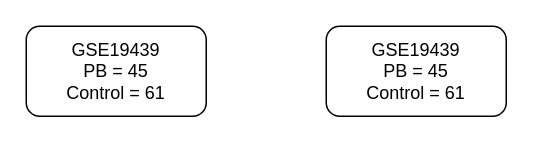
Before: dataanalsis/未命名绘图.drawio in Jiangjao/bioinformatics, a draw.io diagram. Source tidied: cells renumbered, new cells numbered last; positions are measured from the earlier drawing's top-left corner, leaving out a move shared by most shapes. Both pictures are drawn from the tidied source at 150%, with x=0, y=0 at pixel (26, 26).
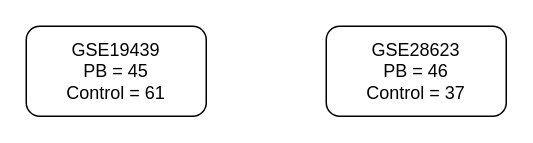
The same diagram, later.

Commit message (it also covers changes not shown here):
更新未命名绘图.drawio

Change to the diagram source:
```diff
@@
 <mxGraphModel>
   <root>
     <mxCell id="0" />
     <mxCell id="1" parent="0" />
     <mxCell id="2" value="GSE19439&lt;div&gt;&lt;font face=&quot;Helvetica&quot;&gt;PB = 45&lt;br&gt;&lt;/font&gt;&lt;div&gt;&lt;div&gt;Control = 61&lt;/div&gt;&lt;/div&gt;&lt;/div&gt;" style="rounded=1;whiteSpace=wrap;html=1;" parent="1" vertex="1">
       <mxGeometry width="120" height="60" as="geometry" />
     </mxCell>
-    <mxCell id="3" value="GSE19439&lt;div&gt;&lt;font face=&quot;Helvetica&quot;&gt;PB = 45&lt;br&gt;&lt;/font&gt;&lt;div&gt;&lt;div&gt;Control = 61&lt;/div&gt;&lt;/div&gt;&lt;/div&gt;" style="rounded=1;whiteSpace=wrap;html=1;" parent="1" vertex="1">
+    <mxCell id="3" value="GSE28623&lt;div&gt;&lt;font face=&quot;Helvetica&quot;&gt;PB = 46&lt;br&gt;&lt;/font&gt;&lt;div&gt;&lt;div&gt;Control = 37&lt;/div&gt;&lt;/div&gt;&lt;/div&gt;" style="rounded=1;whiteSpace=wrap;html=1;" parent="1" vertex="1">
       <mxGeometry x="200" width="120" height="60" as="geometry" />
     </mxCell>
   </root>
 </mxGraphModel>
```
